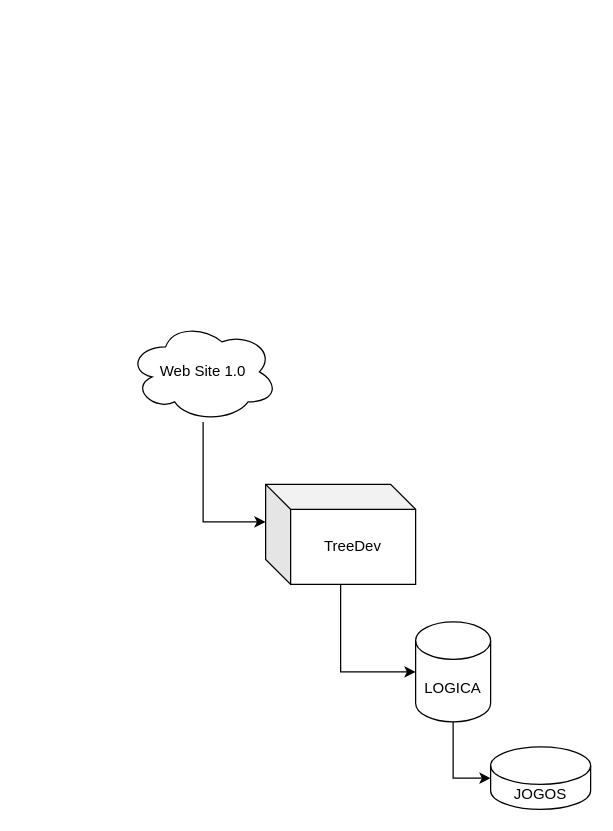
Pedro5465/arquiteturatreedev keeps this draw.io diagram as Diagrama sem nome.drawio. Above is the earlier version. Source tidied: cells renumbered, new cells numbered last; positions are measured from the earlier drawing's top-left corner, leaving out a move shared by most shapes. Both pictures are drawn from the tidied source at 125%, with x=0, y=0 at pixel (128, 321).
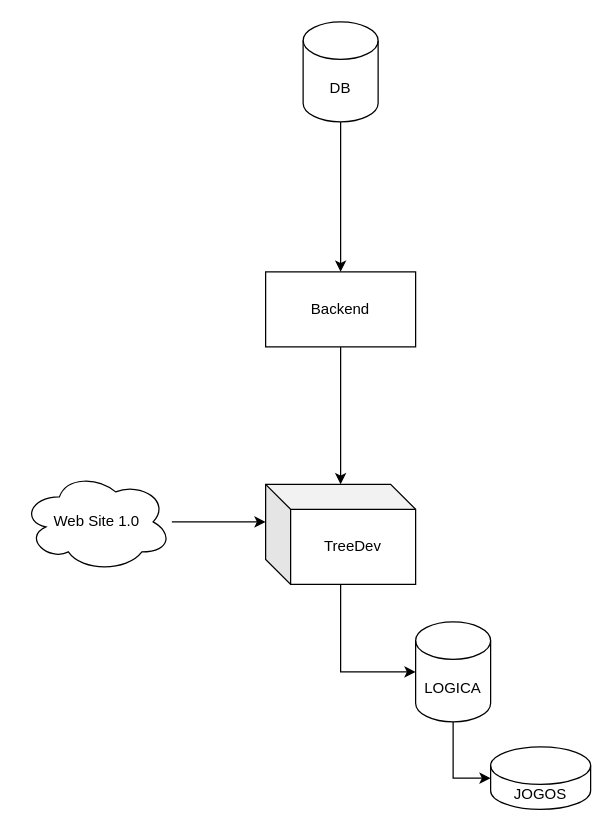
The same page after the edit.

Change to the diagram source:
```diff
@@
 <mxGraphModel>
   <root>
     <mxCell id="0" />
     <mxCell id="1" parent="0" />
     <mxCell id="2" value="Web Site 1.0" style="ellipse;shape=cloud;whiteSpace=wrap;html=1;" parent="1" vertex="1">
-      <mxGeometry width="120" height="80" as="geometry" />
+      <mxGeometry x="-85" y="120" width="120" height="80" as="geometry" />
     </mxCell>
     <mxCell id="3" value="TreeDev" style="shape=cube;whiteSpace=wrap;html=1;boundedLbl=1;backgroundOutline=1;darkOpacity=0.05;darkOpacity2=0.1;" parent="1" vertex="1">
       <mxGeometry x="110" y="130" width="120" height="80" as="geometry" />
     </mxCell>
     <mxCell id="4" style="edgeStyle=orthogonalEdgeStyle;rounded=0;jettySize=auto;html=1;entryX=0;entryY=0;entryDx=0;entryDy=30;entryPerimeter=0;" parent="1" edge="1" source="2" target="3">
       <mxGeometry relative="1" as="geometry" />
     </mxCell>
     <mxCell id="5" value="LOGICA" style="shape=cylinder3;whiteSpace=wrap;html=1;boundedLbl=1;backgroundOutline=1;size=15;" parent="1" vertex="1">
       <mxGeometry x="230" y="240" width="60" height="80" as="geometry" />
     </mxCell>
     <mxCell id="6" style="edgeStyle=orthogonalEdgeStyle;rounded=0;jettySize=auto;html=1;entryX=0;entryY=0.5;entryDx=0;entryDy=0;entryPerimeter=0;" parent="1" edge="1" source="3" target="5">
       <mxGeometry relative="1" as="geometry" />
     </mxCell>
     <mxCell id="7" value="JOGOS" style="shape=cylinder3;whiteSpace=wrap;html=1;boundedLbl=1;backgroundOutline=1;size=15;" parent="1" vertex="1">
       <mxGeometry x="290" y="340" width="80" height="50" as="geometry" />
     </mxCell>
     <mxCell id="8" style="edgeStyle=orthogonalEdgeStyle;rounded=0;jettySize=auto;html=1;entryX=0;entryY=0.5;entryDx=0;entryDy=0;entryPerimeter=0;" parent="1" edge="1" source="5" target="7">
       <mxGeometry relative="1" as="geometry" />
     </mxCell>
+    <mxCell id="9" style="edgeStyle=orthogonalEdgeStyle;rounded=0;jettySize=auto;html=1;entryX=0.5;entryY=0;entryDx=0;entryDy=0;" parent="1" edge="1" source="10" target="12">
+      <mxGeometry relative="1" as="geometry" />
+    </mxCell>
+    <mxCell id="10" value="DB" style="shape=cylinder3;whiteSpace=wrap;html=1;boundedLbl=1;backgroundOutline=1;size=15;" parent="1" vertex="1">
+      <mxGeometry x="140" y="-240" width="60" height="80" as="geometry" />
+    </mxCell>
+    <mxCell id="11" style="edgeStyle=orthogonalEdgeStyle;rounded=0;jettySize=auto;html=1;" parent="1" edge="1" source="12" target="3">
+      <mxGeometry relative="1" as="geometry" />
+    </mxCell>
+    <mxCell id="12" value="Backend" style="rounded=0;whiteSpace=wrap;html=1;" parent="1" vertex="1">
+      <mxGeometry x="110" y="-40" width="120" height="60" as="geometry" />
+    </mxCell>
   </root>
 </mxGraphModel>
```
